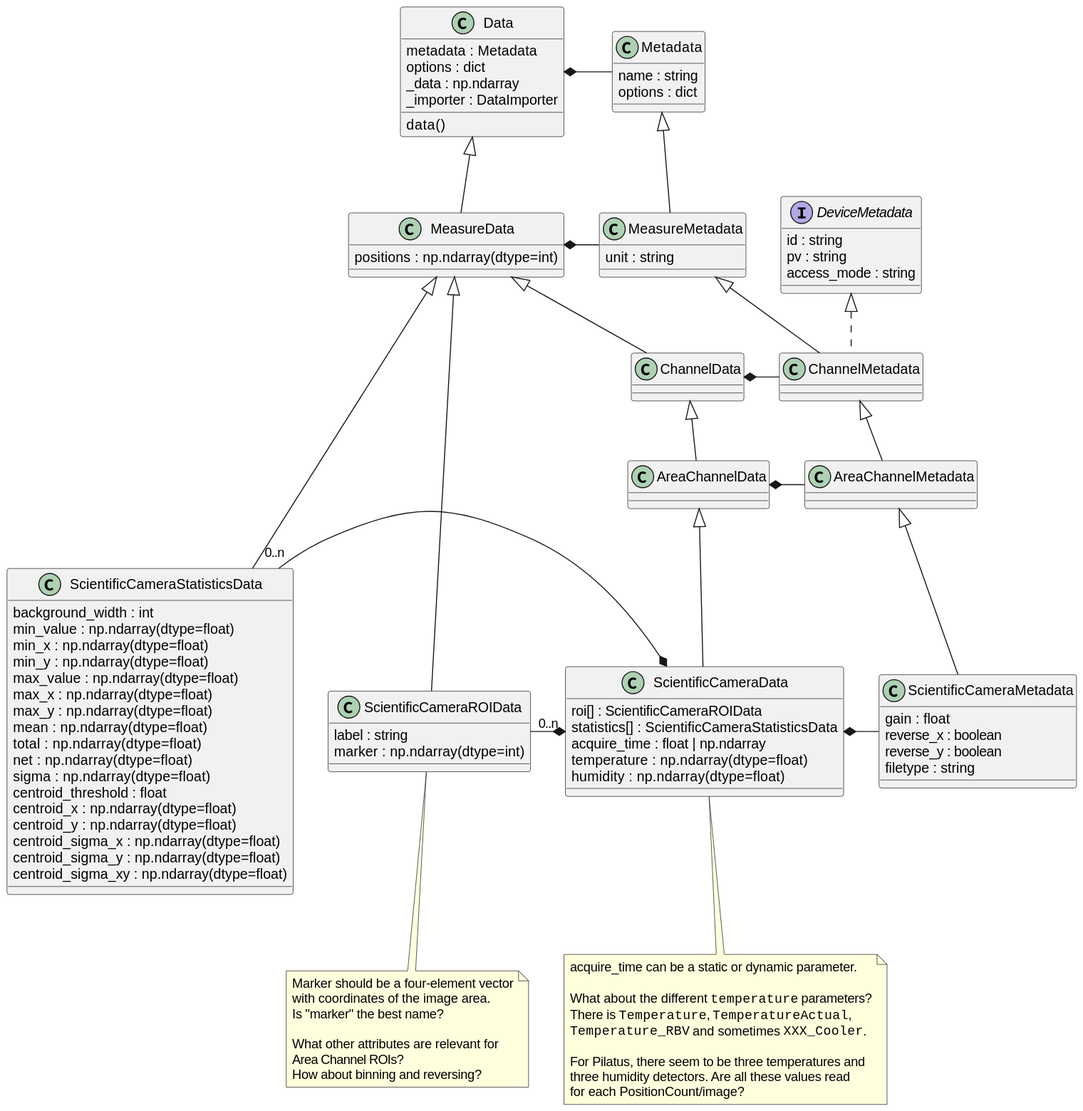
Before: docs/uml/scientificcamera.svg, a diagram exported from PlantUML (tillbiskup/evedata). Its diagram source:
```plantuml
@startuml

class Data {
    metadata : Metadata
    options : dict
    _data : np.ndarray
    _importer : DataImporter
    data()
}

Data *- Metadata

class MeasureData extends Data {
    {field} positions : np.ndarray(dtype=int)
}

MeasureData *- MeasureMetadata

class ChannelData extends MeasureData

ChannelData *- ChannelMetadata

class AreaChannelData extends ChannelData

AreaChannelData *- AreaChannelMetadata

class ScientificCameraData extends AreaChannelData {
    roi[] : ScientificCameraROIData
    statistics[] : ScientificCameraStatisticsData
    acquire_time : float | np.ndarray
    {field} temperature : np.ndarray(dtype=float)
    {field} humidity : np.ndarray(dtype=float)
}
note bottom of ScientificCameraData
    acquire_time can be a static or dynamic parameter.

    What about the different ""temperature"" parameters?
    There is ""Temperature"", ""TemperatureActual"",
    ""Temperature_RBV"" and sometimes ""XXX_Cooler"".

    For Pilatus, there seem to be three temperatures and
    three humidity detectors. Are all these values read
    for each PositionCount/image?
end note

ScientificCameraData *- ScientificCameraMetadata

ScientificCameraStatisticsData -[hidden]> ScientificCameraROIData
ScientificCameraStatisticsData "0..n" -* ScientificCameraData
ScientificCameraROIData -[hidden]> ScientificCameraData
ScientificCameraROIData "0..n" -* ScientificCameraData
ScientificCameraROIData -[hidden]> ScientificCameraData

class ScientificCameraROIData extends MeasureData {
    {field} label : string
    {field} marker : np.ndarray(dtype=int)
}
note bottom of ScientificCameraROIData
    Marker should be a four-element vector
    with coordinates of the image area.
    Is "marker" the best name?

    What other attributes are relevant for
    Area Channel ROIs?
    How about binning and reversing?
end note

class ScientificCameraStatisticsData extends MeasureData {
    background_width : int
    {field} min_value : np.ndarray(dtype=float)
    {field} min_x : np.ndarray(dtype=float)
    {field} min_y : np.ndarray(dtype=float)
    {field} max_value : np.ndarray(dtype=float)
    {field} max_x : np.ndarray(dtype=float)
    {field} max_y : np.ndarray(dtype=float)
    {field} mean : np.ndarray(dtype=float)
    {field} total : np.ndarray(dtype=float)
    {field} net : np.ndarray(dtype=float)
    {field} sigma : np.ndarray(dtype=float)
    centroid_threshold : float
    {field} centroid_x : np.ndarray(dtype=float)
    {field} centroid_y : np.ndarray(dtype=float)
    {field} centroid_sigma_x : np.ndarray(dtype=float)
    {field} centroid_sigma_y : np.ndarray(dtype=float)
    {field} centroid_sigma_xy : np.ndarray(dtype=float)
}


class Metadata {
    name : string
    options : dict
}

class MeasureMetadata extends Metadata {
    unit : string
}

interface DeviceMetadata {
    id : string
    pv : string
    access_mode : string
}

MeasureMetadata -[hidden]> DeviceMetadata

class ChannelMetadata extends MeasureMetadata implements DeviceMetadata

class AreaChannelMetadata extends ChannelMetadata

class ScientificCameraMetadata extends AreaChannelMetadata {
    gain : float
    reverse_x : boolean
    reverse_y : boolean
    filetype : string
}
@enduml
```
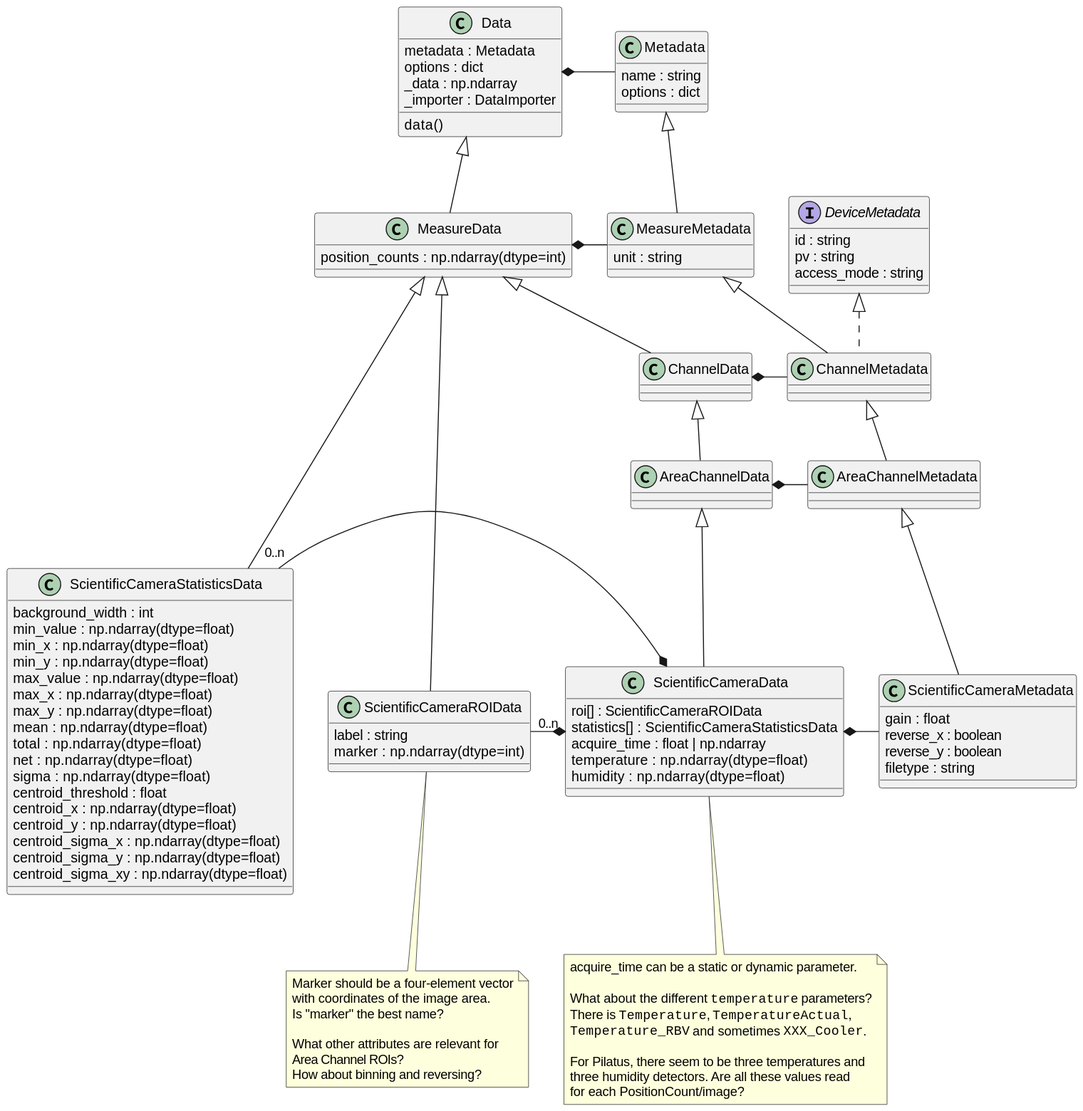
After the change.

The edit, as a diff of the source:
```diff
@@ -11,7 +11,7 @@
 Data *- Metadata
 
 class MeasureData extends Data {
-    {field} positions : np.ndarray(dtype=int)
+    {field} position_counts : np.ndarray(dtype=int)
 }
 
 MeasureData *- MeasureMetadata
```
